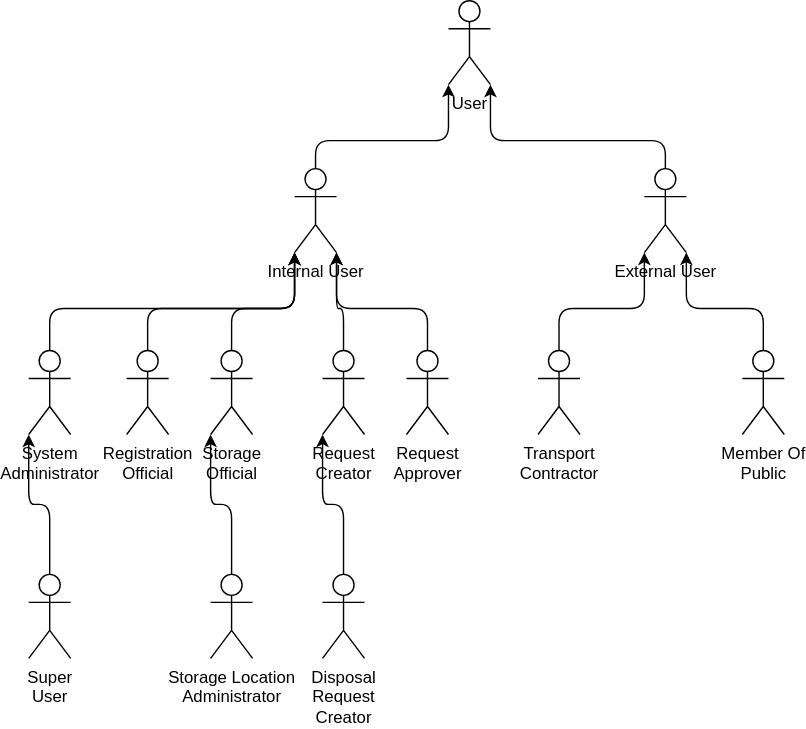
This is documentation/FunctionalView/Actors/actors.drawio.svg from Gadnex/documentation-example, a draw.io export, as it was before one commit. Source tidied: cells renumbered, new cells last; positions are measured from the earlier drawing's top-left corner, leaving out a move shared by most shapes.
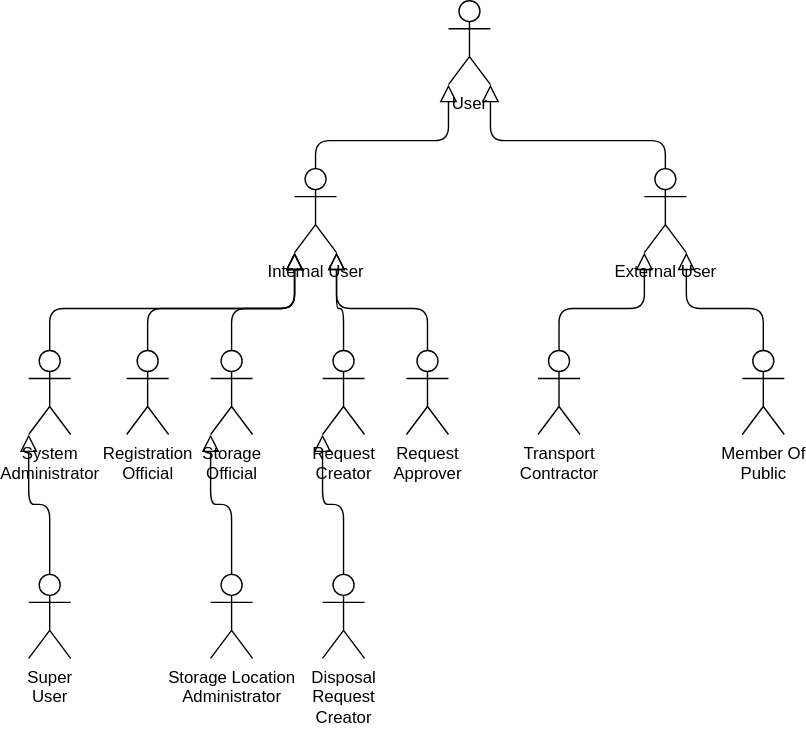
The same file after the commit.

Commit message:
Fix generalizion symbol in actors diagram

The edit, as a diff of the source:
```diff
@@ -5,18 +5,10 @@
     <mxCell id="2" value="User" style="shape=umlActor;verticalLabelPosition=bottom;verticalAlign=top;html=1;" parent="1" vertex="1">
       <mxGeometry x="300" width="30" height="60" as="geometry" />
     </mxCell>
-    <mxCell id="3" style="edgeStyle=orthogonalEdgeStyle;html=1;entryX=0;entryY=1;entryDx=0;entryDy=0;entryPerimeter=0;" parent="1" edge="1" source="4" target="2">
-      <mxGeometry relative="1" as="geometry">
-        <Array as="points">
-          <mxPoint x="205" y="100" />
-          <mxPoint x="300" y="100" />
-        </Array>
-      </mxGeometry>
-    </mxCell>
     <mxCell id="4" value="Internal User" style="shape=umlActor;verticalLabelPosition=bottom;verticalAlign=top;html=1;" parent="1" vertex="1">
       <mxGeometry x="190" y="120" width="30" height="60" as="geometry" />
     </mxCell>
-    <mxCell id="5" style="edgeStyle=orthogonalEdgeStyle;html=1;entryX=1;entryY=1;entryDx=0;entryDy=0;entryPerimeter=0;exitX=0.5;exitY=0;exitDx=0;exitDy=0;exitPerimeter=0;" parent="1" edge="1" source="6" target="2">
+    <mxCell id="5" style="edgeStyle=orthogonalEdgeStyle;html=1;entryX=1;entryY=1;entryDx=0;entryDy=0;entryPerimeter=0;exitX=0.5;exitY=0;exitDx=0;exitDy=0;exitPerimeter=0;endArrow=block;endFill=0;endSize=10;" parent="1" edge="1" source="6" target="2">
       <mxGeometry relative="1" as="geometry">
         <Array as="points">
           <mxPoint x="455" y="100" />
@@ -27,7 +19,7 @@
     <mxCell id="6" value="External User" style="shape=umlActor;verticalLabelPosition=bottom;verticalAlign=top;html=1;" parent="1" vertex="1">
       <mxGeometry x="440" y="120" width="30" height="60" as="geometry" />
     </mxCell>
-    <mxCell id="7" style="edgeStyle=orthogonalEdgeStyle;html=1;entryX=0;entryY=1;entryDx=0;entryDy=0;entryPerimeter=0;exitX=0.5;exitY=0;exitDx=0;exitDy=0;exitPerimeter=0;" parent="1" edge="1" source="8" target="6">
+    <mxCell id="7" style="edgeStyle=orthogonalEdgeStyle;html=1;entryX=0;entryY=1;entryDx=0;entryDy=0;entryPerimeter=0;exitX=0.5;exitY=0;exitDx=0;exitDy=0;exitPerimeter=0;endArrow=block;endFill=0;endSize=10;" parent="1" edge="1" source="8" target="6">
       <mxGeometry relative="1" as="geometry">
         <Array as="points">
           <mxPoint x="379" y="220" />
@@ -38,7 +30,7 @@
     <mxCell id="8" value="Transport&lt;br&gt;Contractor" style="shape=umlActor;verticalLabelPosition=bottom;verticalAlign=top;html=1;" parent="1" vertex="1">
       <mxGeometry x="364" y="250" width="30" height="60" as="geometry" />
     </mxCell>
-    <mxCell id="9" style="edgeStyle=orthogonalEdgeStyle;html=1;entryX=1;entryY=1;entryDx=0;entryDy=0;entryPerimeter=0;exitX=0.5;exitY=0;exitDx=0;exitDy=0;exitPerimeter=0;" parent="1" edge="1" source="10" target="6">
+    <mxCell id="9" style="edgeStyle=orthogonalEdgeStyle;html=1;entryX=1;entryY=1;entryDx=0;entryDy=0;entryPerimeter=0;exitX=0.5;exitY=0;exitDx=0;exitDy=0;exitPerimeter=0;endSize=10;endArrow=block;endFill=0;" parent="1" edge="1" source="10" target="6">
       <mxGeometry relative="1" as="geometry">
         <Array as="points">
           <mxPoint x="525" y="220" />
@@ -49,7 +41,7 @@
     <mxCell id="10" value="Member Of&lt;br&gt;Public" style="shape=umlActor;verticalLabelPosition=bottom;verticalAlign=top;html=1;" parent="1" vertex="1">
       <mxGeometry x="510" y="250" width="30" height="60" as="geometry" />
     </mxCell>
-    <mxCell id="11" style="edgeStyle=orthogonalEdgeStyle;html=1;exitX=0.5;exitY=0;exitDx=0;exitDy=0;exitPerimeter=0;" parent="1" edge="1" source="12" target="4">
+    <mxCell id="11" style="edgeStyle=orthogonalEdgeStyle;html=1;exitX=0.5;exitY=0;exitDx=0;exitDy=0;exitPerimeter=0;endArrow=block;endFill=0;endSize=10;" parent="1" edge="1" source="12" target="4">
       <mxGeometry relative="1" as="geometry">
         <Array as="points">
           <mxPoint x="15" y="220" />
@@ -60,13 +52,13 @@
     <mxCell id="12" value="System&lt;br&gt;Administrator" style="shape=umlActor;verticalLabelPosition=bottom;verticalAlign=top;html=1;" parent="1" vertex="1">
       <mxGeometry y="250" width="30" height="60" as="geometry" />
     </mxCell>
-    <mxCell id="13" style="edgeStyle=orthogonalEdgeStyle;html=1;entryX=0;entryY=1;entryDx=0;entryDy=0;entryPerimeter=0;exitX=0.5;exitY=0;exitDx=0;exitDy=0;exitPerimeter=0;" parent="1" edge="1" source="14" target="12">
+    <mxCell id="13" style="edgeStyle=orthogonalEdgeStyle;html=1;entryX=0;entryY=1;entryDx=0;entryDy=0;entryPerimeter=0;exitX=0.5;exitY=0;exitDx=0;exitDy=0;exitPerimeter=0;endSize=10;endArrow=block;endFill=0;" parent="1" edge="1" source="14" target="12">
       <mxGeometry relative="1" as="geometry" />
     </mxCell>
     <mxCell id="14" value="Super&lt;br&gt;User" style="shape=umlActor;verticalLabelPosition=bottom;verticalAlign=top;html=1;" parent="1" vertex="1">
       <mxGeometry y="410" width="30" height="60" as="geometry" />
     </mxCell>
-    <mxCell id="15" style="edgeStyle=orthogonalEdgeStyle;html=1;entryX=0;entryY=1;entryDx=0;entryDy=0;entryPerimeter=0;exitX=0.5;exitY=0;exitDx=0;exitDy=0;exitPerimeter=0;" parent="1" edge="1" source="16" target="4">
+    <mxCell id="15" style="edgeStyle=orthogonalEdgeStyle;html=1;entryX=0;entryY=1;entryDx=0;entryDy=0;entryPerimeter=0;exitX=0.5;exitY=0;exitDx=0;exitDy=0;exitPerimeter=0;endSize=10;endArrow=block;endFill=0;" parent="1" edge="1" source="16" target="4">
       <mxGeometry relative="1" as="geometry">
         <Array as="points">
           <mxPoint x="85" y="220" />
@@ -77,7 +69,7 @@
     <mxCell id="16" value="Registration&lt;br&gt;Official" style="shape=umlActor;verticalLabelPosition=bottom;verticalAlign=top;html=1;" parent="1" vertex="1">
       <mxGeometry x="70" y="250" width="30" height="60" as="geometry" />
     </mxCell>
-    <mxCell id="17" style="edgeStyle=orthogonalEdgeStyle;html=1;entryX=0;entryY=1;entryDx=0;entryDy=0;entryPerimeter=0;exitX=0.5;exitY=0;exitDx=0;exitDy=0;exitPerimeter=0;" parent="1" edge="1" source="18" target="4">
+    <mxCell id="17" style="edgeStyle=orthogonalEdgeStyle;html=1;entryX=0;entryY=1;entryDx=0;entryDy=0;entryPerimeter=0;exitX=0.5;exitY=0;exitDx=0;exitDy=0;exitPerimeter=0;endArrow=block;endFill=0;endSize=10;" parent="1" edge="1" source="18" target="4">
       <mxGeometry relative="1" as="geometry">
         <Array as="points">
           <mxPoint x="145" y="220" />
@@ -88,13 +80,13 @@
     <mxCell id="18" value="Storage&lt;br&gt;Official" style="shape=umlActor;verticalLabelPosition=bottom;verticalAlign=top;html=1;" parent="1" vertex="1">
       <mxGeometry x="130" y="250" width="30" height="60" as="geometry" />
     </mxCell>
-    <mxCell id="19" style="edgeStyle=orthogonalEdgeStyle;html=1;entryX=0;entryY=1;entryDx=0;entryDy=0;entryPerimeter=0;exitX=0.5;exitY=0;exitDx=0;exitDy=0;exitPerimeter=0;" parent="1" edge="1" source="20" target="18">
+    <mxCell id="19" style="edgeStyle=orthogonalEdgeStyle;html=1;entryX=0;entryY=1;entryDx=0;entryDy=0;entryPerimeter=0;exitX=0.5;exitY=0;exitDx=0;exitDy=0;exitPerimeter=0;endSize=10;endArrow=block;endFill=0;" parent="1" edge="1" source="20" target="18">
       <mxGeometry relative="1" as="geometry" />
     </mxCell>
     <mxCell id="20" value="Storage Location&lt;br&gt;Administrator" style="shape=umlActor;verticalLabelPosition=bottom;verticalAlign=top;html=1;" parent="1" vertex="1">
       <mxGeometry x="130" y="410" width="30" height="60" as="geometry" />
     </mxCell>
-    <mxCell id="21" style="edgeStyle=orthogonalEdgeStyle;html=1;entryX=1;entryY=1;entryDx=0;entryDy=0;entryPerimeter=0;exitX=0.5;exitY=0;exitDx=0;exitDy=0;exitPerimeter=0;" parent="1" edge="1" source="22" target="4">
+    <mxCell id="21" style="edgeStyle=orthogonalEdgeStyle;html=1;entryX=1;entryY=1;entryDx=0;entryDy=0;entryPerimeter=0;exitX=0.5;exitY=0;exitDx=0;exitDy=0;exitPerimeter=0;endArrow=block;endFill=0;endSize=10;" parent="1" edge="1" source="22" target="4">
       <mxGeometry relative="1" as="geometry">
         <Array as="points">
           <mxPoint x="225" y="220" />
@@ -105,7 +97,7 @@
     <mxCell id="22" value="Request&lt;br&gt;Creator" style="shape=umlActor;verticalLabelPosition=bottom;verticalAlign=top;html=1;" parent="1" vertex="1">
       <mxGeometry x="210" y="250" width="30" height="60" as="geometry" />
     </mxCell>
-    <mxCell id="23" style="edgeStyle=orthogonalEdgeStyle;html=1;exitX=0.5;exitY=0;exitDx=0;exitDy=0;exitPerimeter=0;" parent="1" edge="1" source="24">
+    <mxCell id="23" style="edgeStyle=orthogonalEdgeStyle;html=1;exitX=0.5;exitY=0;exitDx=0;exitDy=0;exitPerimeter=0;endArrow=block;endFill=0;endSize=10;" parent="1" edge="1" source="24">
       <mxGeometry relative="1" as="geometry">
         <mxPoint x="220" y="180" as="targetPoint" />
         <Array as="points">
@@ -117,11 +109,23 @@
     <mxCell id="24" value="Request&lt;br&gt;Approver" style="shape=umlActor;verticalLabelPosition=bottom;verticalAlign=top;html=1;" parent="1" vertex="1">
       <mxGeometry x="270" y="250" width="30" height="60" as="geometry" />
     </mxCell>
-    <mxCell id="25" style="edgeStyle=orthogonalEdgeStyle;html=1;entryX=0;entryY=1;entryDx=0;entryDy=0;entryPerimeter=0;exitX=0.5;exitY=0;exitDx=0;exitDy=0;exitPerimeter=0;" parent="1" edge="1" source="26" target="22">
-      <mxGeometry relative="1" as="geometry" />
+    <mxCell id="25" style="edgeStyle=orthogonalEdgeStyle;html=1;exitX=0.5;exitY=0;exitDx=0;exitDy=0;exitPerimeter=0;endArrow=block;endFill=0;endSize=10;" parent="1" edge="1" source="26">
+      <mxGeometry relative="1" as="geometry">
+        <mxPoint x="210" y="310" as="targetPoint" />
+      </mxGeometry>
     </mxCell>
     <mxCell id="26" value="Disposal&lt;br&gt;Request&lt;br&gt;Creator" style="shape=umlActor;verticalLabelPosition=bottom;verticalAlign=top;html=1;" parent="1" vertex="1">
       <mxGeometry x="210" y="410" width="30" height="60" as="geometry" />
     </mxCell>
+    <mxCell id="27" style="edgeStyle=orthogonalEdgeStyle;html=1;entryX=0;entryY=1;entryDx=0;entryDy=0;entryPerimeter=0;endArrow=block;endFill=0;strokeWidth=1;endSize=10;" parent="1" edge="1">
+      <mxGeometry relative="1" as="geometry">
+        <mxPoint x="205" y="120" as="sourcePoint" />
+        <mxPoint x="300" y="60" as="targetPoint" />
+        <Array as="points">
+          <mxPoint x="205" y="100" />
+          <mxPoint x="300" y="100" />
+        </Array>
+      </mxGeometry>
+    </mxCell>
   </root>
 </mxGraphModel>
```
